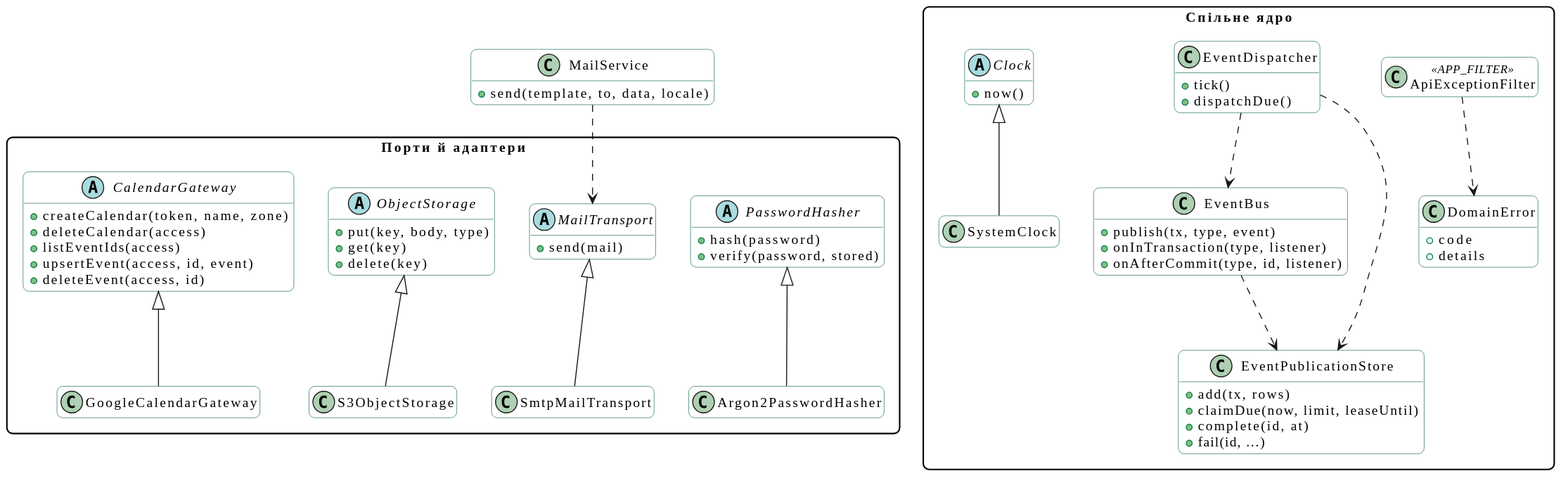
This is docs/diagrams/class/svg/shared-kernel.svg from mzabrodin/Errandly, a PlantUML export, as it was before one commit. Source of this version:
```plantuml
@startuml
skinparam shadowing false
skinparam defaultFontName "Inter, Segoe UI, Arial"
skinparam RoundCorner 12
skinparam ClassBackgroundColor #FFFFFF
skinparam ClassBorderColor #1F6F64
skinparam packageStyle rectangle
hide empty members

package "Спільне ядро" {
  class EventBus {
    +publish(tx, type, event)
    +onInTransaction(type, listener)
    +onAfterCommit(type, id, listener)
  }
  class EventDispatcher {
    +tick()
    +dispatchDue()
  }
  class EventPublicationStore {
    +add(tx, rows)
    +claimDue(now, limit, leaseUntil)
    +complete(id, at)
    +fail(id, …)
  }
  abstract class Clock {
    +now()
  }
  class SystemClock
  class DomainError {
    +code
    +details
  }
  class ApiExceptionFilter <<APP_FILTER>>
}

package "Порти й адаптери" {
  abstract class PasswordHasher {
    +hash(password)
    +verify(password, stored)
  }
  class Argon2PasswordHasher
  abstract class MailTransport {
    +send(mail)
  }
  class SmtpMailTransport
  abstract class ObjectStorage {
    +put(key, body, type)
    +get(key)
    +delete(key)
  }
  class S3ObjectStorage
  abstract class CalendarGateway {
    +createCalendar(token, name, zone)
    +deleteCalendar(access)
    +listEventIds(access)
    +upsertEvent(access, id, event)
    +deleteEvent(access, id)
  }
  class GoogleCalendarGateway
}

class MailService {
  +send(template, to, data, locale)
}

EventBus ..> EventPublicationStore
EventDispatcher ..> EventPublicationStore
EventDispatcher ..> EventBus
ApiExceptionFilter ..> DomainError
MailService ..> MailTransport
SystemClock -up-|> Clock
Argon2PasswordHasher -up-|> PasswordHasher
SmtpMailTransport -up-|> MailTransport
S3ObjectStorage -up-|> ObjectStorage
GoogleCalendarGateway -up-|> CalendarGateway
@enduml
```
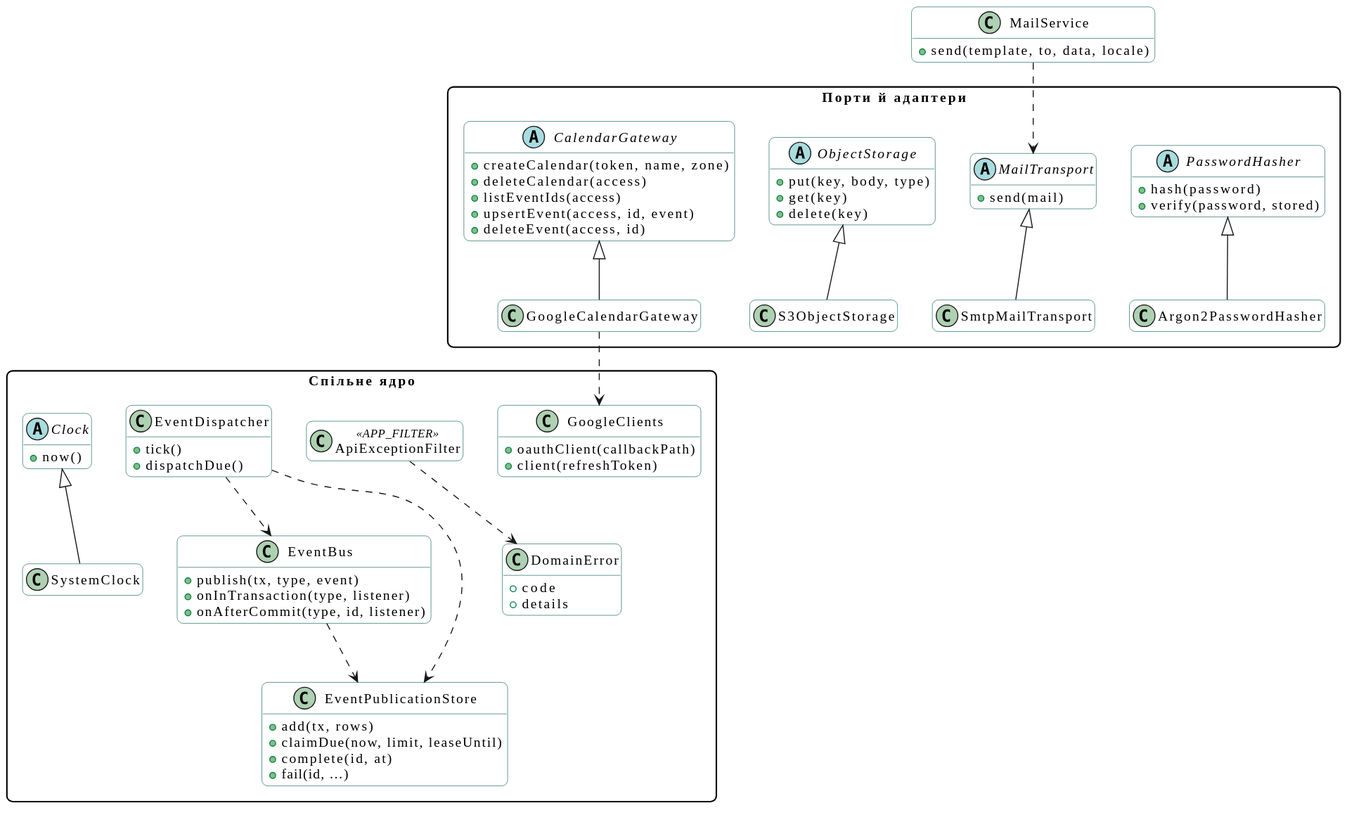
After the change.

What changed in the source:
```diff
@@ -32,6 +32,10 @@
     +details
   }
   class ApiExceptionFilter <<APP_FILTER>>
+  class GoogleClients {
+    +oauthClient(callbackPath)
+    +client(refreshToken)
+  }
 }
 
 package "Порти й адаптери" {
@@ -74,4 +78,5 @@
 SmtpMailTransport -up-|> MailTransport
 S3ObjectStorage -up-|> ObjectStorage
 GoogleCalendarGateway -up-|> CalendarGateway
+GoogleCalendarGateway ..> GoogleClients
 @enduml
```
